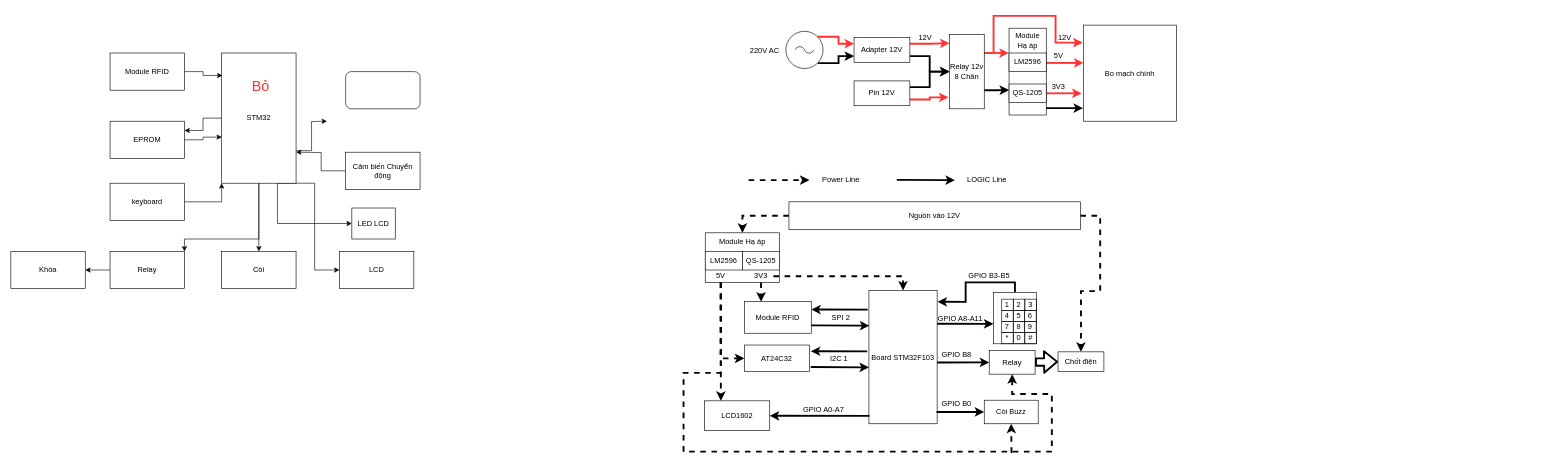
This is Tai Lieu/DATN_HoangHuy.drawio from LuongHuongVN/Do-An-Tot-Nghiep-_-HoangTrongHuy, a draw.io file, before an edit. Source tidied: cells renumbered, new cells numbered last; positions are measured from the earlier drawing's top-left corner, leaving out a move shared by most shapes. Both pictures are drawn from the tidied source at 62%, with x=0, y=0 at pixel (11, 16).
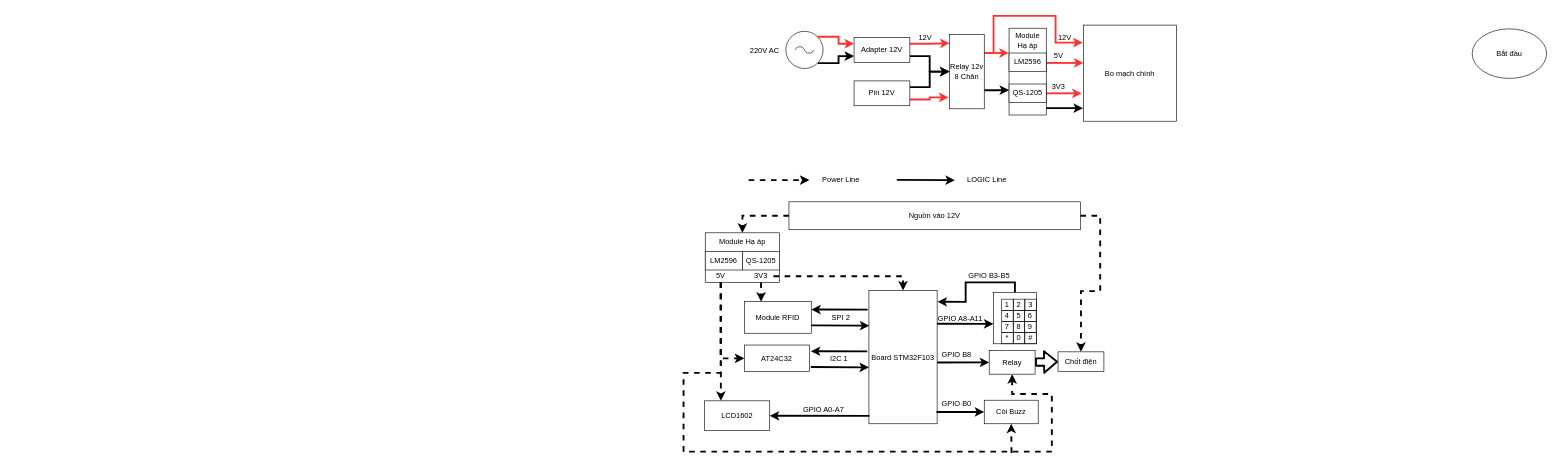
Above is the later version.

Change to the diagram source:
```diff
@@
-    <mxCell id="2" style="edgeStyle=orthogonalEdgeStyle;rounded=0;jettySize=auto;html=1;exitX=0;exitY=0.5;exitDx=0;exitDy=0;entryX=1;entryY=0.25;entryDx=0;entryDy=0;" parent="1" edge="1" source="8" target="12">
-      <mxGeometry relative="1" as="geometry" />
-    </mxCell>
-    <mxCell id="3" style="edgeStyle=orthogonalEdgeStyle;rounded=0;jettySize=auto;html=1;entryX=1;entryY=0;entryDx=0;entryDy=0;" parent="1" edge="1" source="8" target="17">
-      <mxGeometry relative="1" as="geometry">
-        <Array as="points">
-          <mxPoint x="400" y="360" />
-          <mxPoint x="280" y="360" />
-        </Array>
-      </mxGeometry>
-    </mxCell>
-    <mxCell id="4" style="edgeStyle=orthogonalEdgeStyle;rounded=0;jettySize=auto;html=1;entryX=0.5;entryY=0;entryDx=0;entryDy=0;" parent="1" edge="1" source="8" target="18">
-      <mxGeometry relative="1" as="geometry" />
-    </mxCell>
-    <mxCell id="5" style="edgeStyle=orthogonalEdgeStyle;rounded=0;jettySize=auto;html=1;exitX=0.75;exitY=1;exitDx=0;exitDy=0;entryX=0;entryY=0.5;entryDx=0;entryDy=0;" parent="1" edge="1" source="8" target="19">
-      <mxGeometry relative="1" as="geometry">
-        <Array as="points">
-          <mxPoint x="490" y="270" />
-          <mxPoint x="490" y="410" />
-        </Array>
-      </mxGeometry>
-    </mxCell>
-    <mxCell id="6" style="edgeStyle=orthogonalEdgeStyle;rounded=0;jettySize=auto;html=1;exitX=0.75;exitY=1;exitDx=0;exitDy=0;entryX=0;entryY=0.5;entryDx=0;entryDy=0;" parent="1" edge="1" source="8" target="22">
-      <mxGeometry relative="1" as="geometry" />
-    </mxCell>
-    <mxCell id="7" style="edgeStyle=orthogonalEdgeStyle;rounded=0;jettySize=auto;html=1;exitX=1;exitY=0.75;exitDx=0;exitDy=0;" parent="1" edge="1" source="8">
-      <mxGeometry relative="1" as="geometry">
-        <mxPoint x="510" y="170" as="targetPoint" />
-      </mxGeometry>
-    </mxCell>
-    <mxCell id="8" value="STM32" style="rounded=0;whiteSpace=wrap;html=1;" parent="1" vertex="1">
-      <mxGeometry x="340" y="60" width="120" height="210" as="geometry" />
-    </mxCell>
-    <mxCell id="9" style="edgeStyle=orthogonalEdgeStyle;rounded=0;jettySize=auto;html=1;entryX=0.01;entryY=0.173;entryDx=0;entryDy=0;entryPerimeter=0;" parent="1" edge="1" source="10" target="8">
-      <mxGeometry relative="1" as="geometry" />
-    </mxCell>
-    <mxCell id="10" value="Module RFID" style="rounded=0;whiteSpace=wrap;html=1;" parent="1" vertex="1">
-      <mxGeometry x="160" y="60" width="120" height="60" as="geometry" />
-    </mxCell>
-    <mxCell id="11" style="edgeStyle=orthogonalEdgeStyle;rounded=0;jettySize=auto;html=1;entryX=0.003;entryY=0.646;entryDx=0;entryDy=0;entryPerimeter=0;" parent="1" edge="1" source="12" target="8">
-      <mxGeometry relative="1" as="geometry" />
-    </mxCell>
-    <mxCell id="12" value="EPROM" style="rounded=0;whiteSpace=wrap;html=1;" parent="1" vertex="1">
-      <mxGeometry x="160" y="170" width="120" height="60" as="geometry" />
-    </mxCell>
-    <mxCell id="13" style="edgeStyle=orthogonalEdgeStyle;rounded=0;jettySize=auto;html=1;entryX=0;entryY=1;entryDx=0;entryDy=0;" parent="1" edge="1" source="14" target="8">
-      <mxGeometry relative="1" as="geometry" />
-    </mxCell>
-    <mxCell id="14" value="keyboard" style="rounded=0;whiteSpace=wrap;html=1;" parent="1" vertex="1">
-      <mxGeometry x="160" y="270" width="120" height="60" as="geometry" />
-    </mxCell>
-    <mxCell id="15" value="Khóa" style="rounded=0;whiteSpace=wrap;html=1;" parent="1" vertex="1">
-      <mxGeometry y="380" width="120" height="60" as="geometry" />
-    </mxCell>
-    <mxCell id="16" style="edgeStyle=orthogonalEdgeStyle;rounded=0;jettySize=auto;html=1;" parent="1" edge="1" source="17" target="15">
-      <mxGeometry relative="1" as="geometry" />
-    </mxCell>
-    <mxCell id="17" value="Relay" style="rounded=0;whiteSpace=wrap;html=1;" parent="1" vertex="1">
-      <mxGeometry x="160" y="380" width="120" height="60" as="geometry" />
-    </mxCell>
-    <mxCell id="18" value="Còi" style="rounded=0;whiteSpace=wrap;html=1;" parent="1" vertex="1">
-      <mxGeometry x="340" y="380" width="120" height="60" as="geometry" />
-    </mxCell>
-    <mxCell id="19" value="LCD" style="rounded=0;whiteSpace=wrap;html=1;" parent="1" vertex="1">
-      <mxGeometry x="530" y="380" width="120" height="60" as="geometry" />
-    </mxCell>
-    <mxCell id="20" style="edgeStyle=orthogonalEdgeStyle;rounded=0;jettySize=auto;html=1;" parent="1" edge="1" source="21">
-      <mxGeometry relative="1" as="geometry">
-        <mxPoint x="460" y="220" as="targetPoint" />
-      </mxGeometry>
-    </mxCell>
-    <mxCell id="21" value="Cảm biến Chuyển động" style="rounded=0;whiteSpace=wrap;html=1;" parent="1" vertex="1">
-      <mxGeometry x="540" y="220" width="120" height="60" as="geometry" />
-    </mxCell>
-    <mxCell id="22" value="LED LCD" style="rounded=0;whiteSpace=wrap;html=1;" parent="1" vertex="1">
-      <mxGeometry x="550" y="310" width="70" height="50" as="geometry" />
-    </mxCell>
-    <mxCell id="23" style="rounded=1;whiteSpace=wrap;html=1;" parent="1" vertex="1">
-      <mxGeometry x="540" y="90" width="120" height="60" as="geometry" />
-    </mxCell>
@@
-    <mxCell id="106" value="Bỏ" style="text;html=1;strokeColor=none;fillColor=none;align=center;verticalAlign=middle;whiteSpace=wrap;rounded=0;fontSize=23;fontColor=#FF3333;" parent="1" vertex="1">
-      <mxGeometry x="383" y="104" width="40" height="20" as="geometry" />
-    </mxCell>
+    <mxCell id="107" value="Bắt đầu" style="ellipse;whiteSpace=wrap;html=1;" parent="1" vertex="1">
+      <mxGeometry x="2357" y="21" width="120" height="80" as="geometry" />
+    </mxCell>
```
